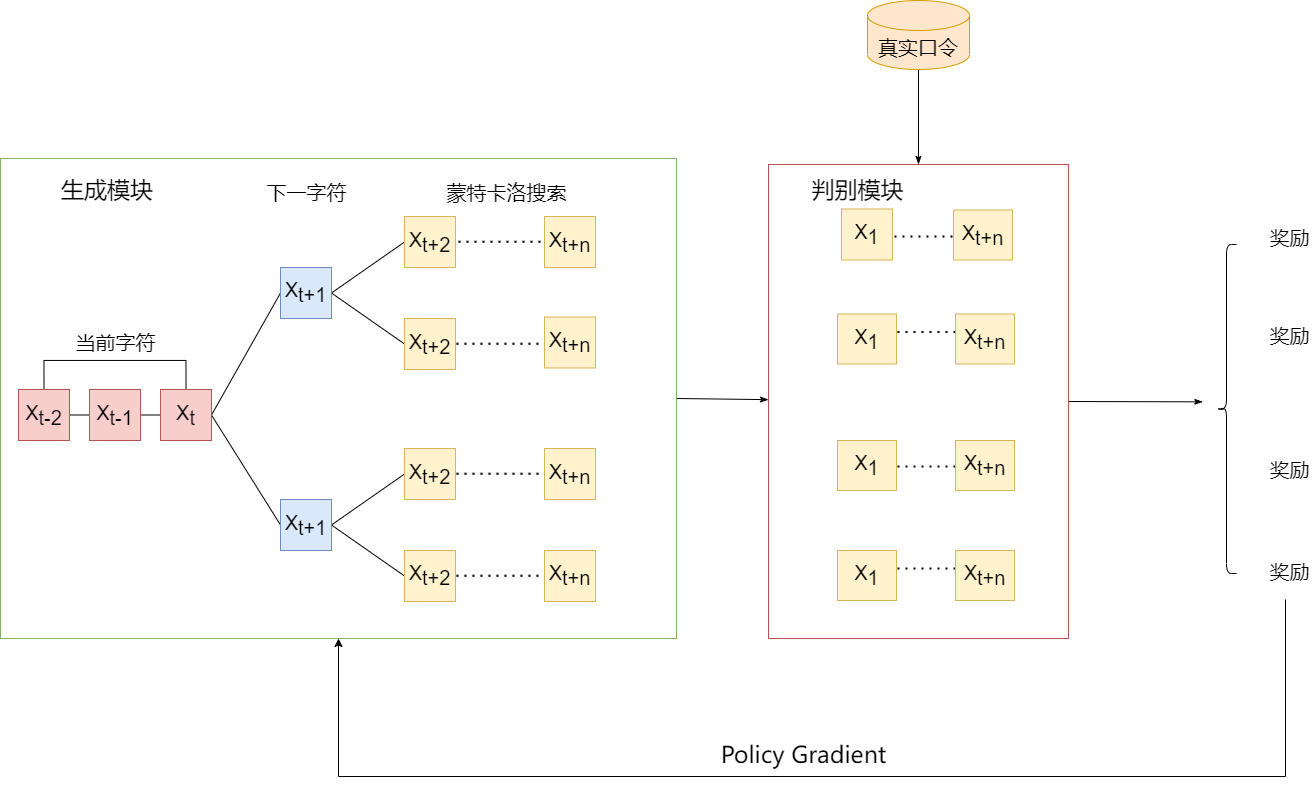
The draw.io diagram seqgan.drawio.png in lakomi/pictures, before a commit. Source tidied: cells renumbered, new cells last; positions are measured from the earlier drawing's top-left corner, leaving out a move shared by most shapes.
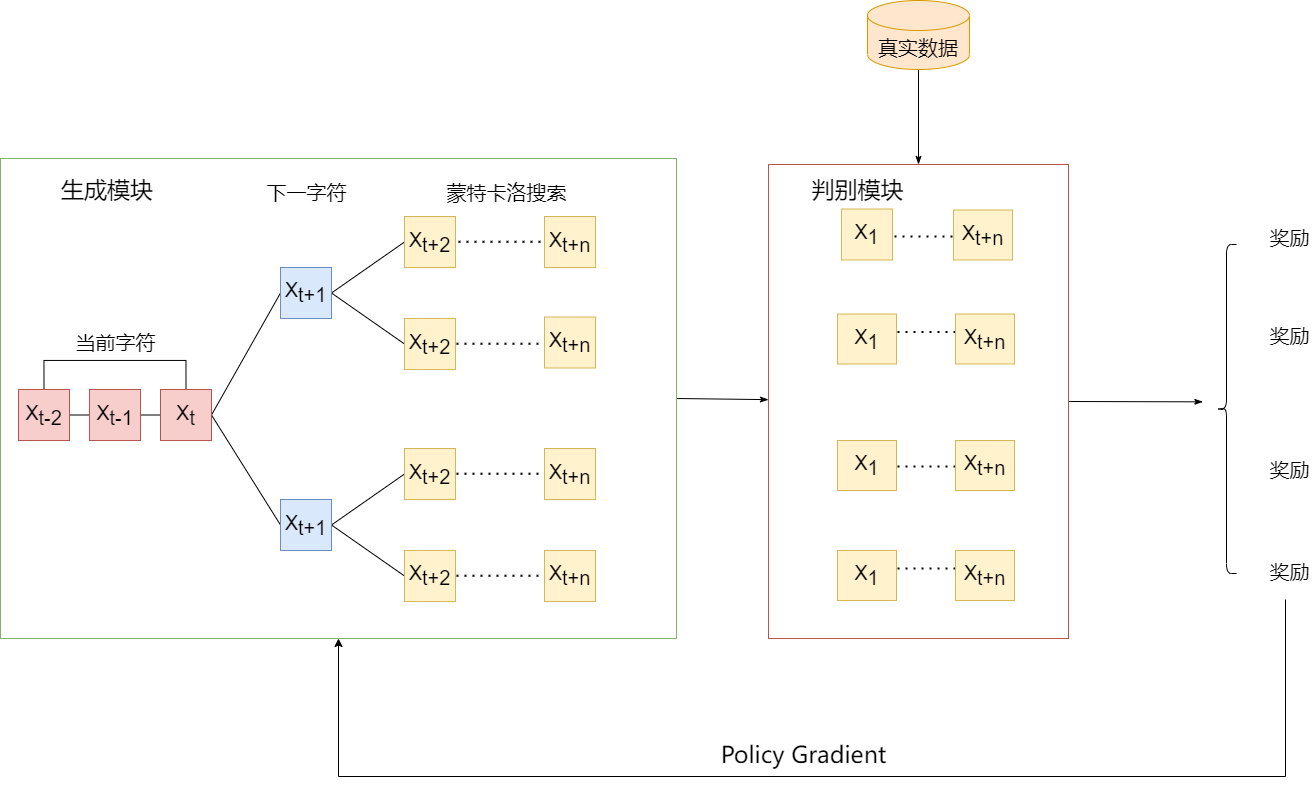
Above is the later version.

What changed in the source:
```diff
@@ -19,7 +19,7 @@
     <mxCell id="6" style="edgeStyle=none;rounded=0;jettySize=auto;html=1;exitX=0.5;exitY=1;exitDx=0;exitDy=0;exitPerimeter=0;fontSize=20;endArrow=classicThin;endFill=1;" parent="1" edge="1" source="7" target="3">
       <mxGeometry relative="1" as="geometry" />
     </mxCell>
-    <mxCell id="7" value="真实口令" style="shape=cylinder3;whiteSpace=wrap;html=1;boundedLbl=1;backgroundOutline=1;size=15;fillColor=#ffe6cc;strokeColor=#d79b00;fontSize=20;" parent="1" vertex="1">
+    <mxCell id="7" value="真实数据" style="shape=cylinder3;whiteSpace=wrap;html=1;boundedLbl=1;backgroundOutline=1;size=15;fillColor=#ffe6cc;strokeColor=#d79b00;fontSize=20;" parent="1" vertex="1">
       <mxGeometry x="867" width="102" height="69" as="geometry" />
     </mxCell>
     <mxCell id="8" style="edgeStyle=orthogonalEdgeStyle;rounded=0;jettySize=auto;html=1;exitX=1;exitY=0.5;exitDx=0;exitDy=0;entryX=0;entryY=0.5;entryDx=0;entryDy=0;fontSize=20;endArrow=none;endFill=0;" parent="1" edge="1" source="10" target="12">
```
